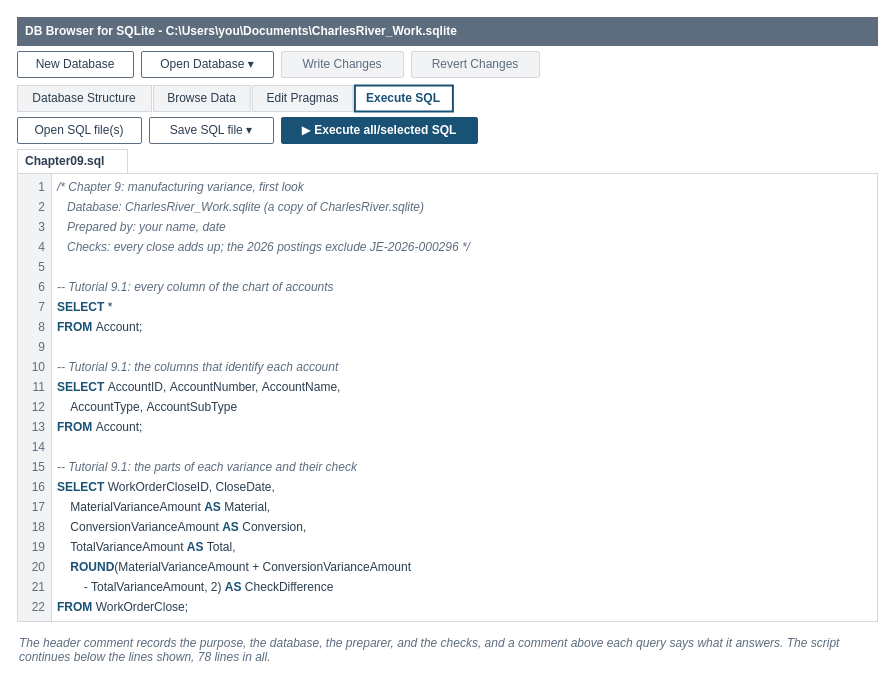
This is visuals/src/fig-09-10-saved-script.drawio from mmcodesso/Accounting_Analytics_Book, a draw.io file, before an edit. Source tidied: cells renumbered, new cells numbered last; positions are measured from the earlier drawing's top-left corner, leaving out a move shared by most shapes. Both pictures are drawn from the tidied source at 100%, with x=0, y=0 at pixel (17, 17).
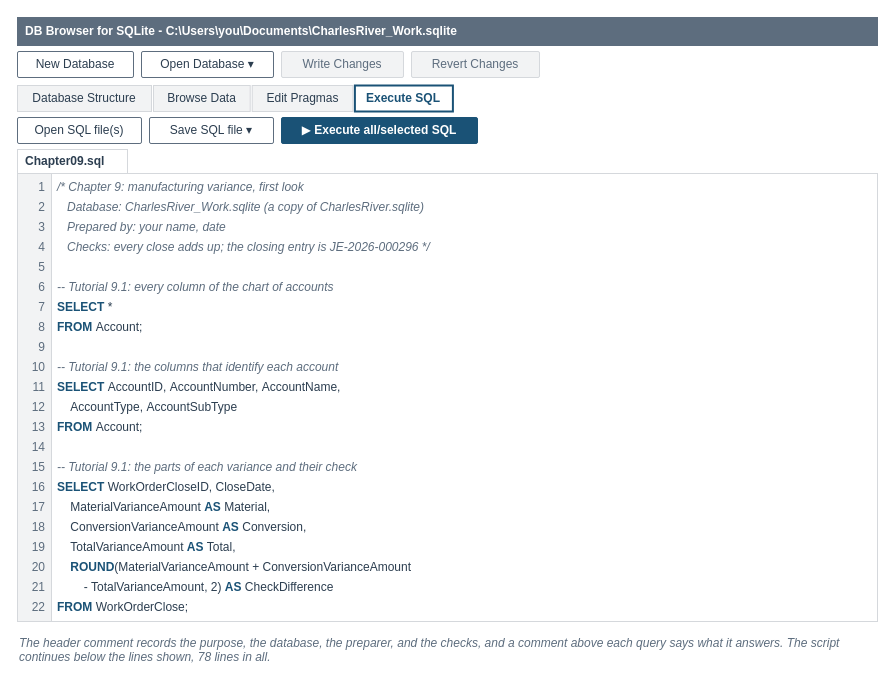
The same page after the edit.

What changed in the source:
```diff
@@
-    <mxCell id="25" value="&lt;i&gt;&lt;font color=&quot;#5D6D7E&quot;&gt;&amp;nbsp;&amp;nbsp;&amp;nbsp;Checks: every close adds up; the 2026 postings exclude JE-2026-000296 */&lt;/font&gt;&lt;/i&gt;" style="text;html=1;whiteSpace=wrap;align=left;verticalAlign=middle;fontSize=12;fontColor=#2C3E50;fontStyle=0;fontFamily=Helvetica;spacing=2;fillColor=none;strokeColor=none;" parent="1" vertex="1">
+    <mxCell id="25" value="&lt;i&gt;&lt;font color=&quot;#5D6D7E&quot;&gt;&amp;nbsp;&amp;nbsp;&amp;nbsp;Checks: every close adds up; the closing entry is JE-2026-000296 */&lt;/font&gt;&lt;/i&gt;" style="text;html=1;whiteSpace=wrap;align=left;verticalAlign=middle;fontSize=12;fontColor=#2C3E50;fontStyle=0;fontFamily=Helvetica;spacing=2;fillColor=none;strokeColor=none;" parent="1" vertex="1">
       <mxGeometry x="38" y="220" width="818" height="20" as="geometry" />
     </mxCell>
```
